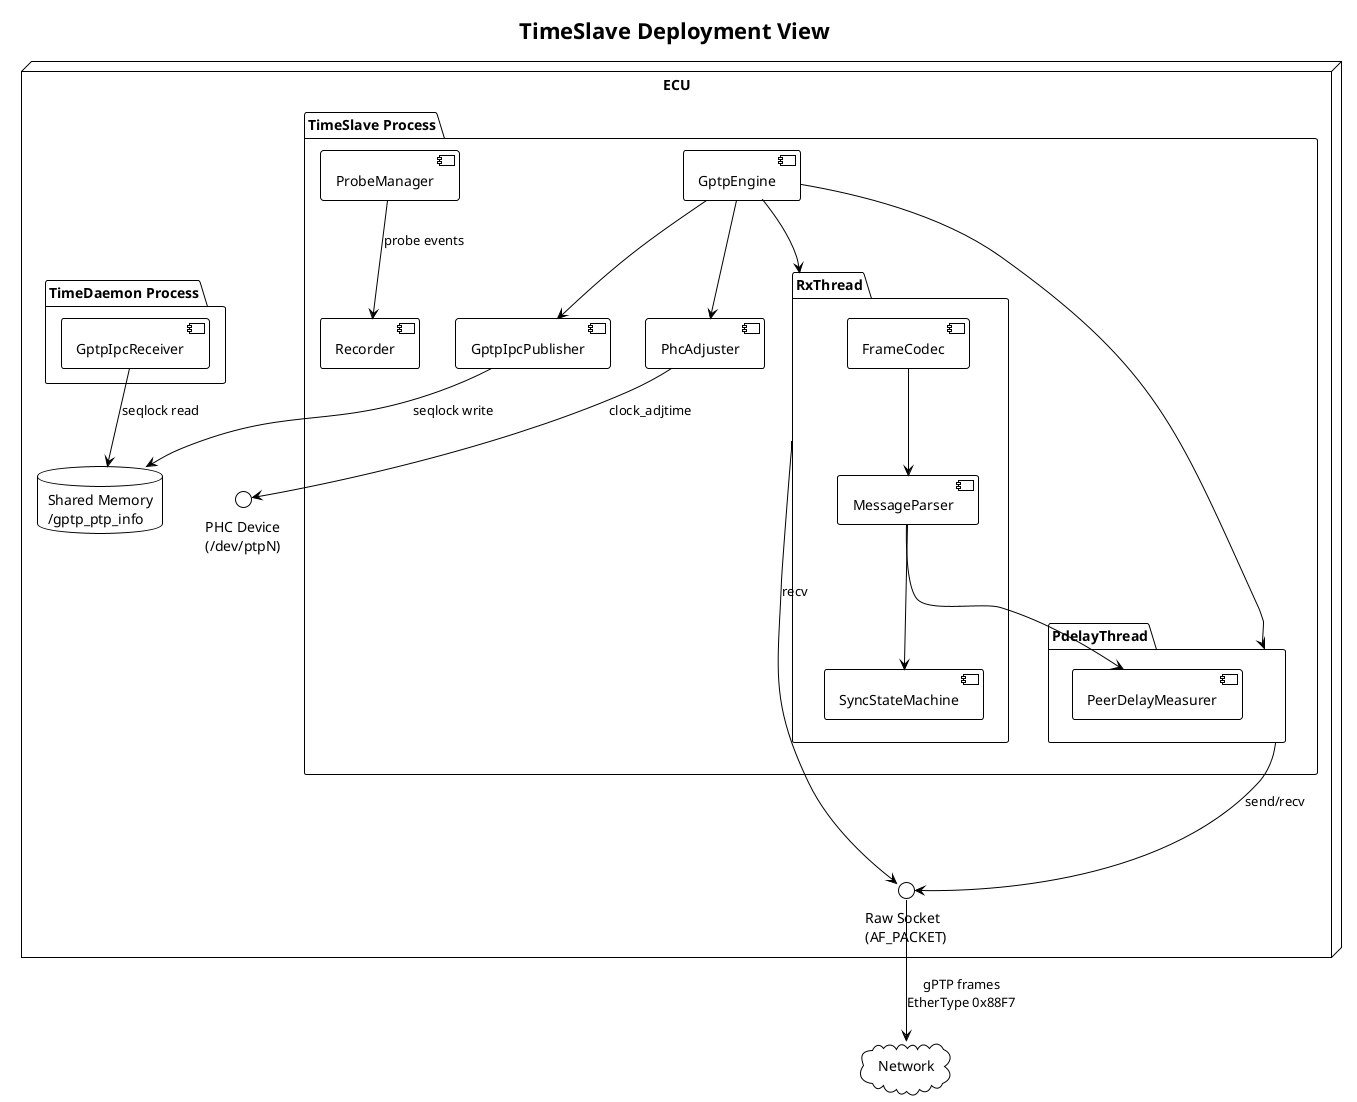
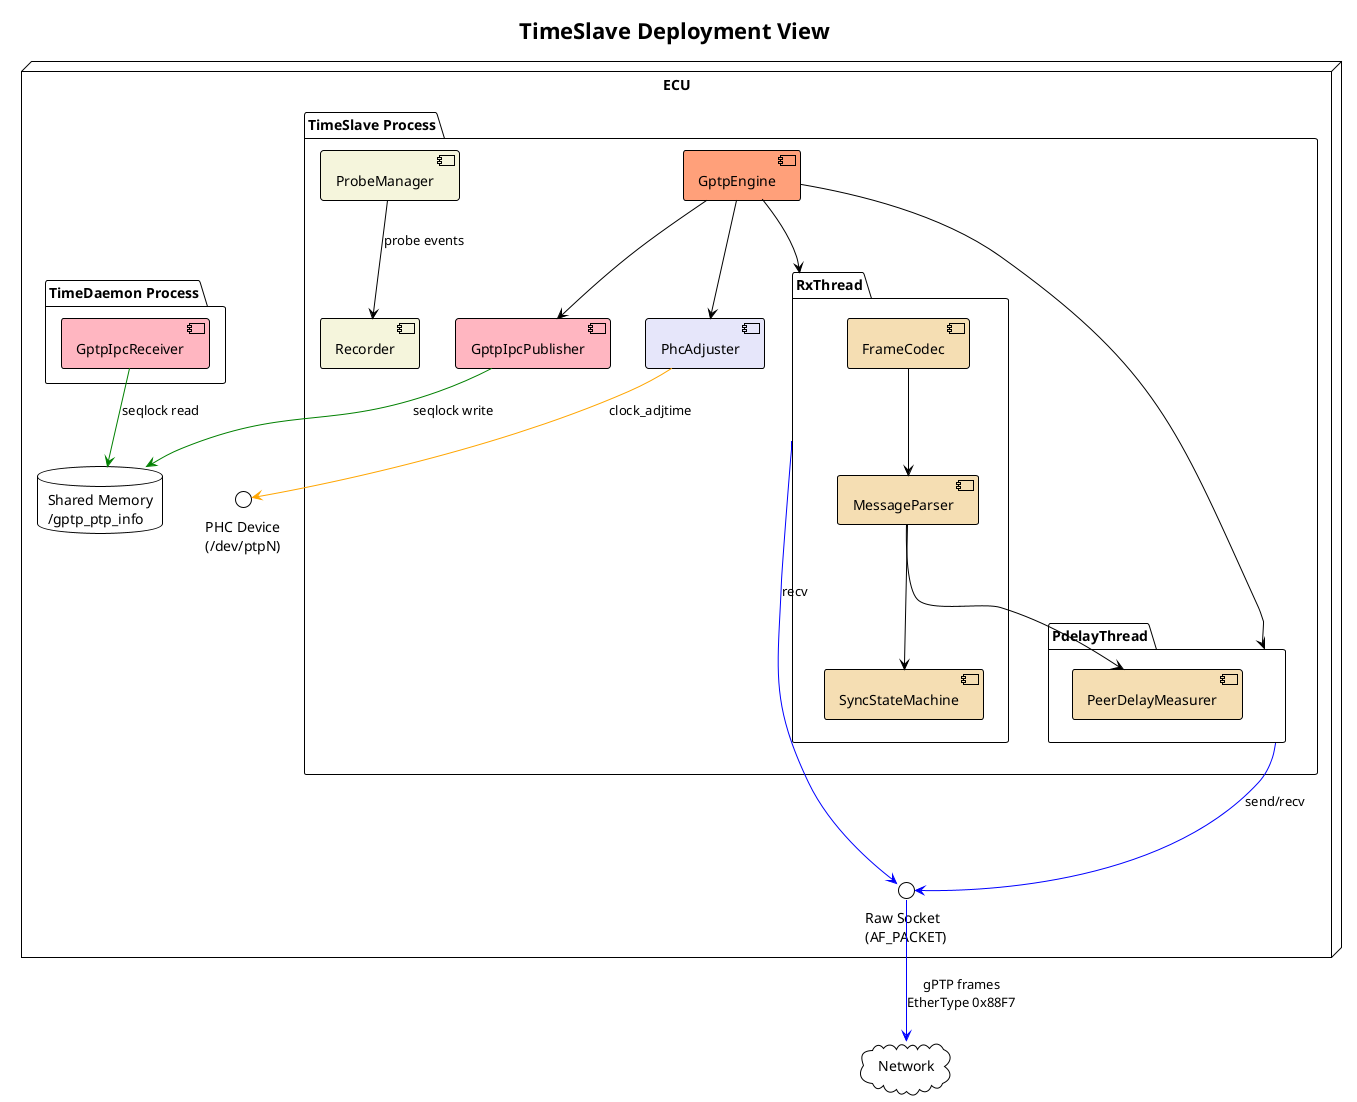
@startuml
!theme plain

title TimeSlave Deployment View

node "ECU" {
    package "TimeSlave Process" as TSP {
-         component [GptpEngine] as GE
-         component [GptpIpcPublisher] as PUB
+         component [GptpEngine] as GE #LightSalmon
+         component [GptpIpcPublisher] as PUB #LightPink

        package "RxThread" as RXT {
-             component [FrameCodec] as FC
-             component [MessageParser] as MP
-             component [SyncStateMachine] as SSM
+             component [FrameCodec] as FC #Wheat
+             component [MessageParser] as MP #Wheat
+             component [SyncStateMachine] as SSM #Wheat
        }

        package "PdelayThread" as PDT {
-             component [PeerDelayMeasurer] as PDM
+             component [PeerDelayMeasurer] as PDM #Wheat
        }

-         component [PhcAdjuster] as PHC
-         component [ProbeManager] as PM
-         component [Recorder] as REC
+         component [PhcAdjuster] as PHC #Lavender
+         component [ProbeManager] as PM #Beige
+         component [Recorder] as REC #Beige
    }

    package "TimeDaemon Process" as TDP {
-         component [GptpIpcReceiver] as RCV
+         component [GptpIpcReceiver] as RCV #LightPink
    }

    database "Shared Memory\n/gptp_ptp_info" as SHM

    interface "Raw Socket\n(AF_PACKET)" as SOCK
    interface "PHC Device\n(/dev/ptpN)" as PHCDEV
}

cloud "Network" as NET

GE --> RXT
GE --> PDT
GE --> PHC
GE --> PUB

FC --> MP
MP --> SSM
MP --> PDM

- PUB --> SHM : seqlock write
- RCV --> SHM : seqlock read
+ PUB -[#green]-> SHM : seqlock write
+ RCV -[#green]-> SHM : seqlock read

- RXT --> SOCK : recv
- PDT --> SOCK : send/recv
+ RXT -[#blue]-> SOCK : recv
+ PDT -[#blue]-> SOCK : send/recv

- PHC --> PHCDEV : clock_adjtime
+ PHC -[#orange]-> PHCDEV : clock_adjtime

- SOCK --> NET : gPTP frames\nEtherType 0x88F7
+ SOCK -[#blue]-> NET : gPTP frames\nEtherType 0x88F7

PM --> REC : probe events

@enduml
